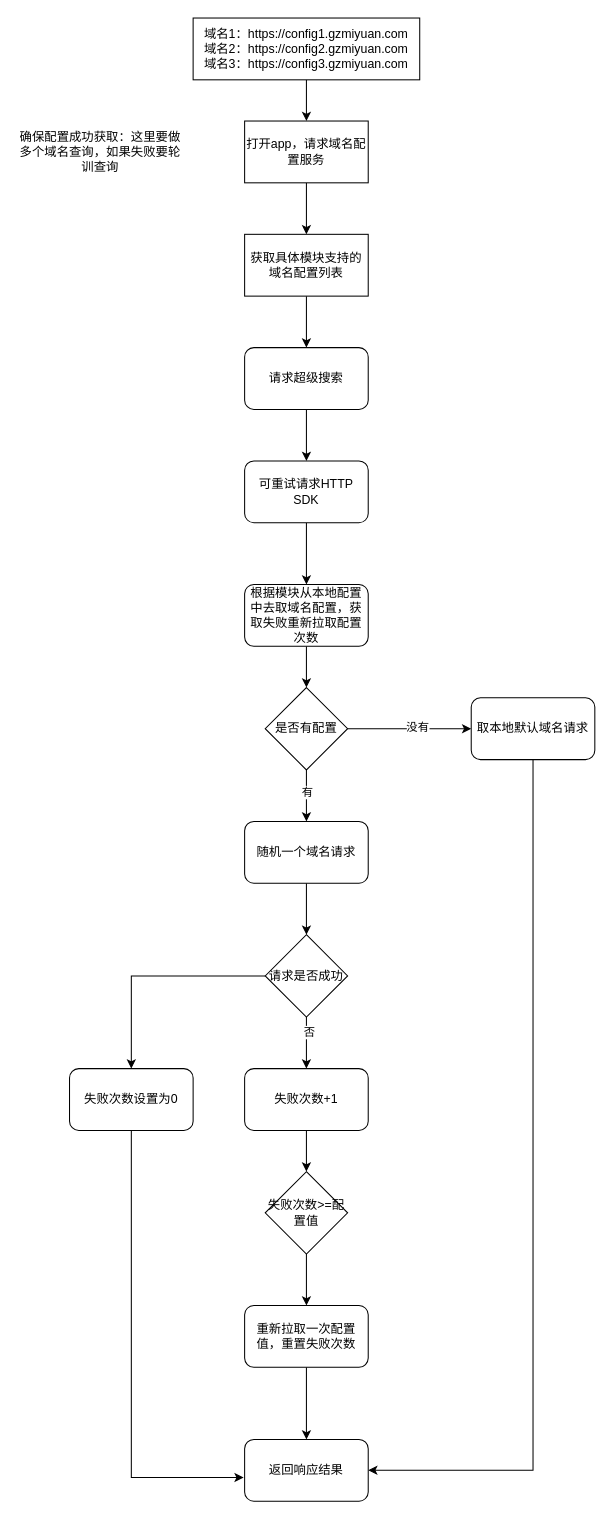
This is page "第 4 页" (4 of 4) of 用户维度获取主备域名.drawio from smallleaf/draw.io, a draw.io file, before an edit. Source tidied: cells renumbered, new cells numbered last; positions are measured from the earlier drawing's top-left corner, leaving out a move shared by most shapes. Both pictures are drawn from the tidied source at 103%, with x=0, y=0 at pixel (18, 18).
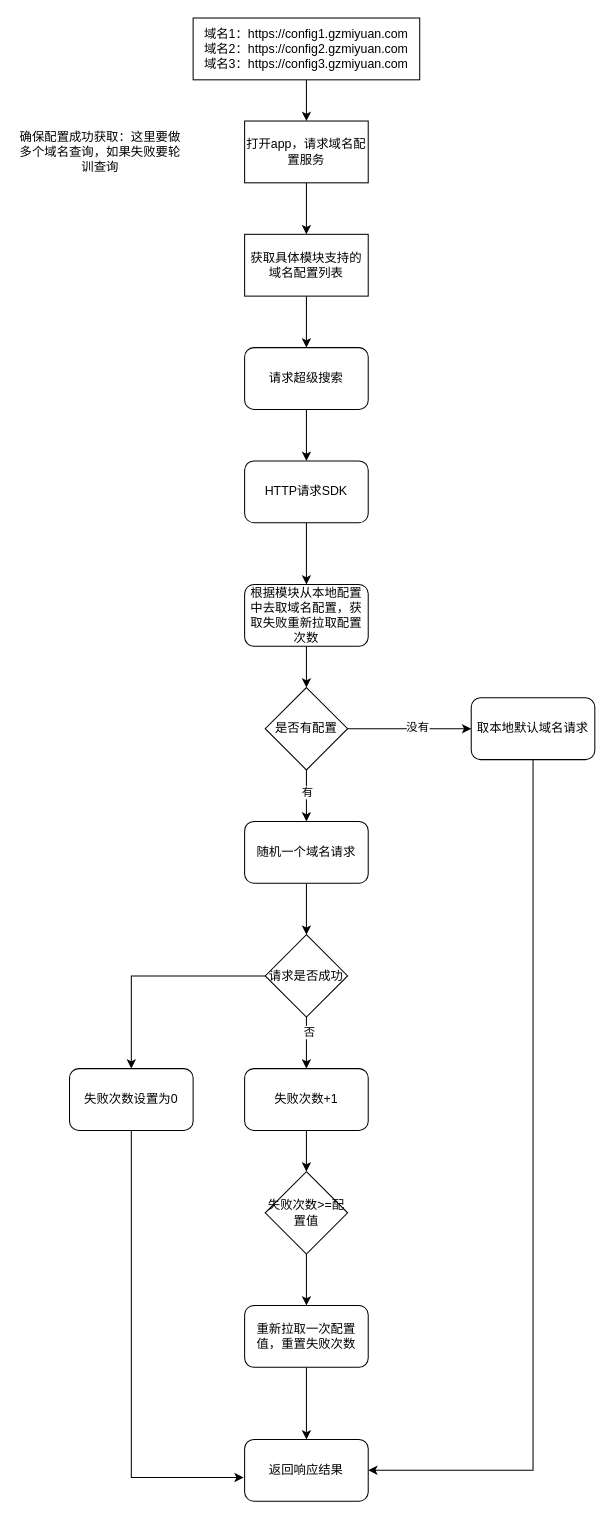
The same diagram, later.

Commit message (it also covers changes not shown here):
更新用户维度获取主备域名.drawio

Diff of the diagram source:
```diff
@@
-    <mxCell id="5" value="可重试请求HTTP SDK" style="rounded=1;whiteSpace=wrap;html=1;" parent="1" vertex="1">
+    <mxCell id="5" value="HTTP请求SDK" style="rounded=1;whiteSpace=wrap;html=1;" parent="1" vertex="1">
       <mxGeometry x="220" y="430" width="120" height="60" as="geometry" />
     </mxCell>
```
